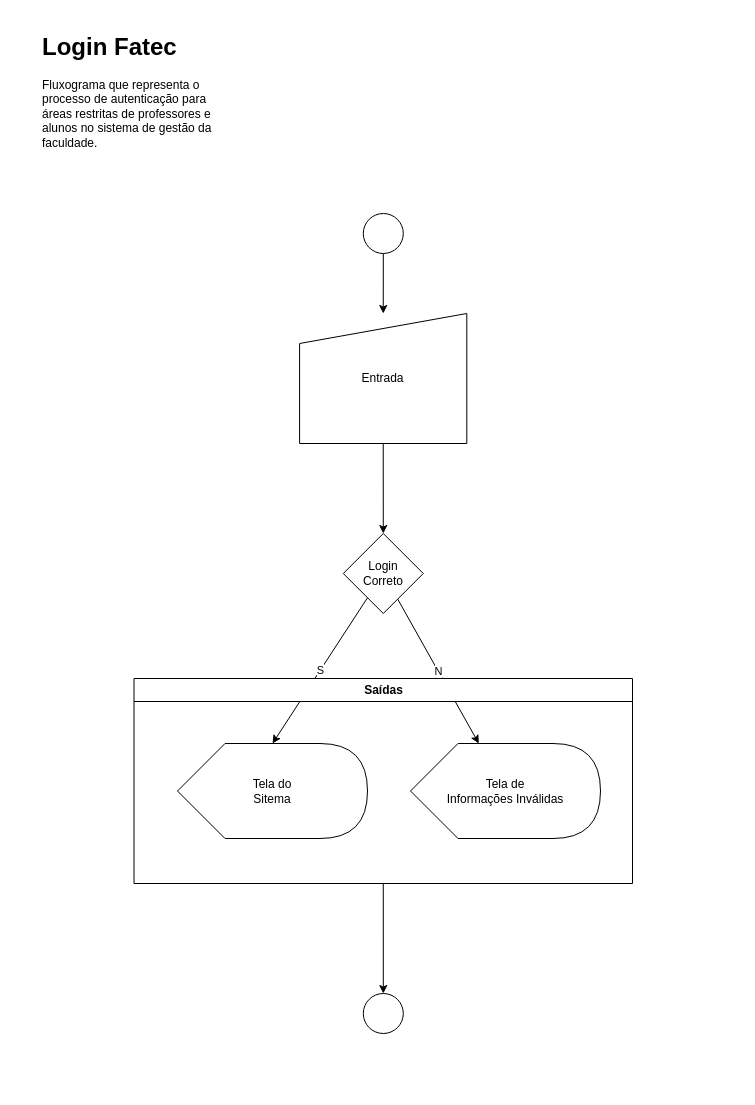
Above: Diagrama sem nome.drawio in h4mn/fatec_tarefas (draw.io), before the change. Source tidied: cells renumbered, new cells numbered last; positions are measured from the earlier drawing's top-left corner, leaving out a move shared by most shapes. Both pictures are drawn from the tidied source at 100%, with x=0, y=0 at pixel (37, 27).
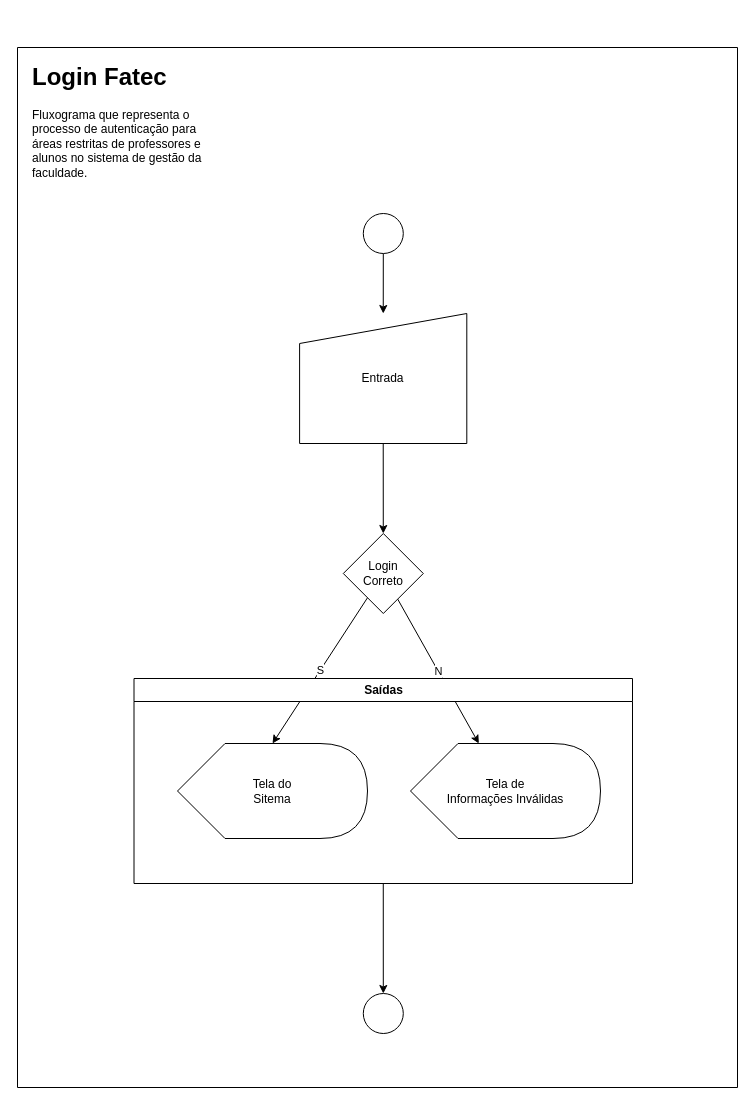
The same diagram, later.

Commit message:
Frame e centralização

Change to the diagram source:
```diff
@@
 <mxGraphModel>
   <root>
     <mxCell id="0" />
     <mxCell id="1" parent="0" />
     <mxCell id="2" value="S" style="edgeStyle=none;rounded=0;jettySize=auto;html=1;entryX=0;entryY=0;entryDx=95;entryDy=0;entryPerimeter=0;" parent="1" edge="1" source="7" target="11">
       <mxGeometry relative="1" as="geometry" />
     </mxCell>
     <mxCell id="3" style="edgeStyle=none;rounded=0;jettySize=auto;html=1;" parent="1" edge="1" source="4" target="13">
       <mxGeometry relative="1" as="geometry" />
     </mxCell>
     <mxCell id="4" style="ellipse;whiteSpace=wrap;html=1;" parent="1" vertex="1">
       <mxGeometry x="325.8" y="186" width="40" height="40" as="geometry" />
     </mxCell>
     <mxCell id="5" style="ellipse;whiteSpace=wrap;html=1;" parent="1" vertex="1">
       <mxGeometry x="325.8" y="966" width="40" height="40" as="geometry" />
     </mxCell>
     <mxCell id="6" value="N" style="edgeStyle=none;rounded=0;jettySize=auto;html=1;" parent="1" edge="1" source="7" target="10">
       <mxGeometry relative="1" as="geometry" />
     </mxCell>
     <mxCell id="7" value="Login&lt;br&gt;Correto" style="rhombus;whiteSpace=wrap;html=1;" parent="1" vertex="1">
       <mxGeometry x="305.8" y="506" width="80" height="80" as="geometry" />
     </mxCell>
     <mxCell id="8" style="edgeStyle=none;rounded=0;jettySize=auto;html=1;" parent="1" edge="1" source="9" target="5">
       <mxGeometry relative="1" as="geometry" />
     </mxCell>
     <mxCell id="9" value="Saídas" style="swimlane;whiteSpace=wrap;html=1;" parent="1" vertex="1">
       <mxGeometry x="96.5" y="651" width="498.5" height="205" as="geometry" />
     </mxCell>
     <mxCell id="10" value="Tela de &lt;br&gt;Informações Inválidas" style="shape=display;whiteSpace=wrap;html=1;" parent="9" vertex="1">
       <mxGeometry x="276.5" y="65" width="190" height="95" as="geometry" />
     </mxCell>
     <mxCell id="11" value="Tela do&lt;br&gt;Sitema" style="shape=display;whiteSpace=wrap;html=1;" parent="9" vertex="1">
       <mxGeometry x="43.5" y="65" width="190" height="95" as="geometry" />
     </mxCell>
     <mxCell id="12" style="edgeStyle=none;rounded=0;jettySize=auto;html=1;" parent="1" edge="1" source="13" target="7">
       <mxGeometry relative="1" as="geometry" />
     </mxCell>
     <mxCell id="13" value="Entrada" style="shape=manualInput;whiteSpace=wrap;html=1;" parent="1" vertex="1">
       <mxGeometry x="262.1" y="286" width="167.2" height="130" as="geometry" />
     </mxCell>
     <mxCell id="14" value="&lt;h1&gt;Login Fatec&lt;/h1&gt;&lt;p&gt;Fluxograma que representa o processo de autenticação para áreas restritas de professores e alunos no sistema de gestão da faculdade.&lt;/p&gt;" style="text;html=1;strokeColor=none;fillColor=none;spacing=5;spacingTop=-20;whiteSpace=wrap;overflow=hidden;rounded=0;" parent="1" vertex="1">
-      <mxGeometry width="190" height="140" as="geometry" />
+      <mxGeometry x="-10" y="30" width="190" height="140" as="geometry" />
     </mxCell>
+    <mxCell id="15" style="swimlane;startSize=0;" parent="1" vertex="1">
+      <mxGeometry x="-20" y="20" width="720" height="1040" as="geometry" />
+    </mxCell>
   </root>
 </mxGraphModel>
```
